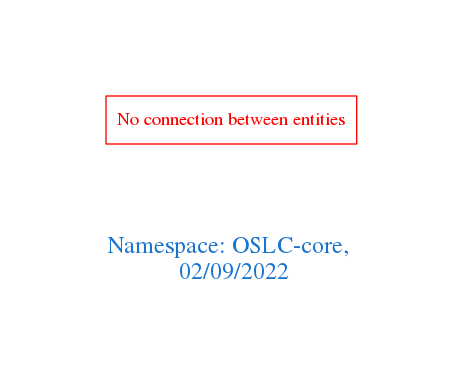
Above: downloads/OSLC-core.png in arago/OGIT (Graphviz), before the change. Its source is kept beside it as downloads/OSLC-core.dot.
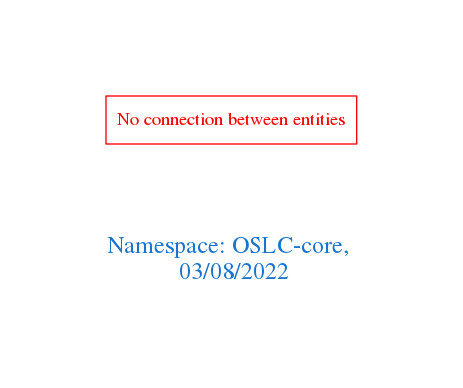
After the change.

Change to the diagram source:
```diff
@@ -1,7 +1,7 @@
 digraph OGIT_ontology {
  graph [ rankdir= LR,pad=1
 fontsize = 18,
-fontcolor= dodgerblue3,label = "\n\n\nNamespace: OSLC-core, \n 02/09/2022"];
+fontcolor= dodgerblue3,label = "\n\n\nNamespace: OSLC-core, \n 03/08/2022"];
 node[shape=polygon];
 edge [  color="gray81"];
 
```
